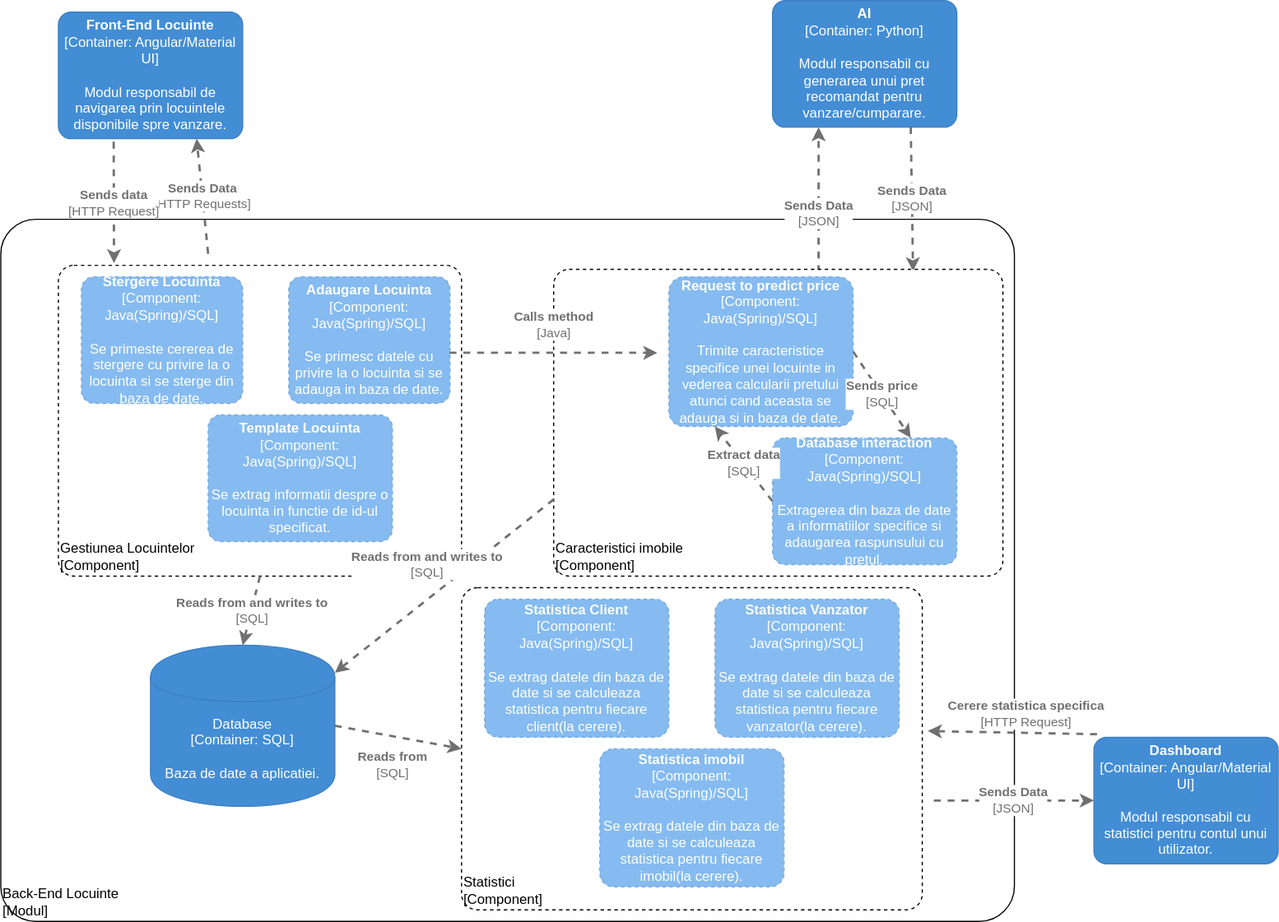
MirceaSofrone/IPproiect-DeployFront keeps this draw.io diagram as C4-Backend-Locuinte/Level 3.svg. Above is the earlier version. Source tidied: cells renumbered, new cells last; positions are measured from the earlier drawing's top-left corner, leaving out a move shared by most shapes.
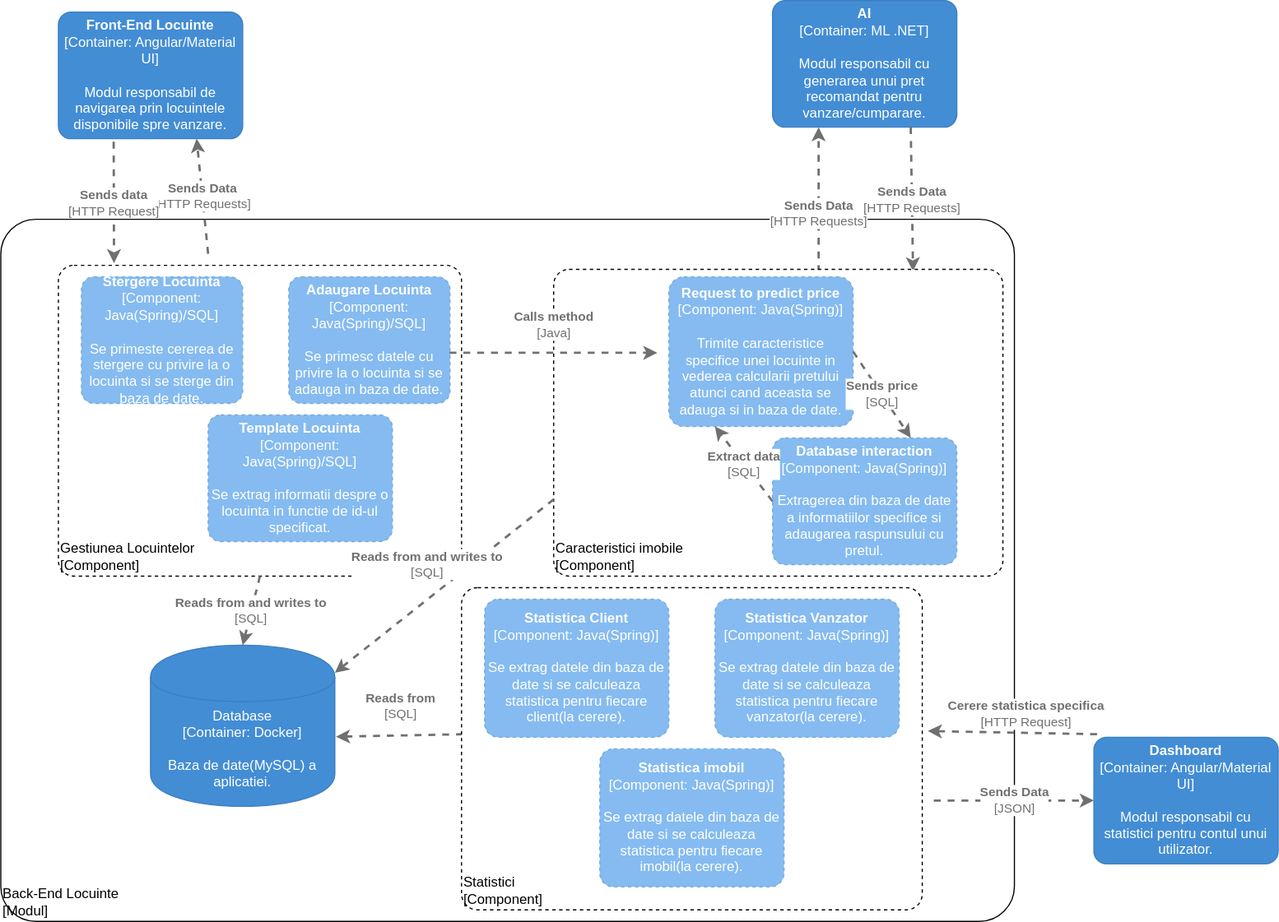
Later version of the same file.

The edit, as a diff of the source:
```diff
@@ -17,7 +17,7 @@
         <mxGeometry x="949" y="640" width="160" height="110" as="geometry" />
       </mxCell>
     </object>
-    <object id="5" label="&lt;b&gt;%c4Name%&lt;/b&gt;&lt;div&gt;[%c4Type%: %c4Technology%]&lt;/div&gt;&lt;br&gt;&lt;div&gt;%c4Description%&lt;/div&gt;" c4Description="Modul responsabil cu generarea unui pret recomandat pentru vanzare/cumparare." c4Name="AI" c4Technology="Python" c4Type="Container" placeholders="1">
+    <object id="5" label="&lt;b&gt;%c4Name%&lt;/b&gt;&lt;div&gt;[%c4Type%: %c4Technology%]&lt;/div&gt;&lt;br&gt;&lt;div&gt;%c4Description%&lt;/div&gt;" c4Description="Modul responsabil cu generarea unui pret recomandat pentru vanzare/cumparare." c4Name="AI" c4Technology="ML .NET" c4Type="Container" placeholders="1">
       <mxCell style="rounded=1;whiteSpace=wrap;html=1;labelBackgroundColor=none;fillColor=#438DD5;fontColor=#ffffff;align=center;arcSize=10;strokeColor=#3C7FC0;metaData={&quot;c4Type&quot;:{&quot;editable&quot;:false}};points=[[0.25,0,0],[0.5,0,0],[0.75,0,0],[1,0.25,0],[1,0.5,0],[1,0.75,0],[0.75,1,0],[0.5,1,0],[0.25,1,0],[0,0.75,0],[0,0.5,0],[0,0.25,0]];" parent="1" vertex="1">
         <mxGeometry x="670" width="160" height="110" as="geometry" />
       </mxCell>
@@ -46,19 +46,19 @@
         <mxGeometry relative="1" as="geometry" />
       </mxCell>
     </object>
-    <object id="10" label="&lt;div style=&quot;text-align: left&quot;&gt;&lt;div style=&quot;text-align: center&quot;&gt;&lt;b&gt;%c4Description%&lt;/b&gt;&lt;/div&gt;&lt;div style=&quot;text-align: center&quot;&gt;[%c4Technology%]&lt;/div&gt;&lt;/div&gt;" c4Description="Sends Data" c4Technology="JSON" c4Type="Relationship" placeholders="1">
+    <object id="10" label="&lt;div style=&quot;text-align: left&quot;&gt;&lt;div style=&quot;text-align: center&quot;&gt;&lt;b&gt;%c4Description%&lt;/b&gt;&lt;/div&gt;&lt;div style=&quot;text-align: center&quot;&gt;[%c4Technology%]&lt;/div&gt;&lt;/div&gt;" c4Description="Sends Data" c4Technology="HTTP Requests" c4Type="Relationship" placeholders="1">
       <mxCell style="edgeStyle=none;rounded=0;html=1;jettySize=auto;strokeColor=#707070;strokeWidth=2;fontColor=#707070;jumpStyle=none;dashed=1;metaData={&quot;c4Type&quot;:{&quot;editable&quot;:false}};exitX=0.25;exitY=0;exitDx=0;exitDy=0;exitPerimeter=0;entryX=0.25;entryY=1;entryDx=0;entryDy=0;entryPerimeter=0;" parent="1" edge="1" target="5">
         <mxGeometry relative="1" as="geometry">
           <mxPoint x="710" y="260" as="sourcePoint" />
         </mxGeometry>
       </mxCell>
     </object>
-    <object id="11" label="&lt;div style=&quot;text-align: left&quot;&gt;&lt;div style=&quot;text-align: center&quot;&gt;&lt;b&gt;%c4Description%&lt;/b&gt;&lt;/div&gt;&lt;div style=&quot;text-align: center&quot;&gt;[%c4Technology%]&lt;/div&gt;&lt;/div&gt;" c4Description="Sends Data" c4Technology="JSON" c4Type="Relationship" placeholders="1">
+    <object id="11" label="&lt;div style=&quot;text-align: left&quot;&gt;&lt;div style=&quot;text-align: center&quot;&gt;&lt;b&gt;%c4Description%&lt;/b&gt;&lt;/div&gt;&lt;div style=&quot;text-align: center&quot;&gt;[%c4Technology%]&lt;/div&gt;&lt;/div&gt;" c4Description="Sends Data" c4Technology="HTTP Requests" c4Type="Relationship" placeholders="1">
       <mxCell style="edgeStyle=none;rounded=0;html=1;entryX=0.8;entryY=0.006;jettySize=auto;strokeColor=#707070;strokeWidth=2;fontColor=#707070;jumpStyle=none;dashed=1;metaData={&quot;c4Type&quot;:{&quot;editable&quot;:false}};exitX=0.75;exitY=1;exitDx=0;exitDy=0;exitPerimeter=0;entryDx=0;entryDy=0;entryPerimeter=0;" parent="1" edge="1" source="5" target="18">
         <mxGeometry relative="1" as="geometry" />
       </mxCell>
     </object>
-    <object id="12" label="%c4Type%&lt;div&gt;[Container:&amp;nbsp;%c4Technology%]&lt;/div&gt;&lt;br&gt;&lt;div&gt;%c4Description%&lt;/div&gt;" c4Description="Baza de date a aplicatiei." c4Technology="SQL" c4Type="Database" placeholders="1">
+    <object id="12" label="%c4Type%&lt;div&gt;[Container:&amp;nbsp;%c4Technology%]&lt;/div&gt;&lt;br&gt;&lt;div&gt;%c4Description%&lt;/div&gt;" c4Description="Baza de date(MySQL) a aplicatiei." c4Technology="Docker" c4Type="Database" placeholders="1">
       <mxCell style="shape=cylinder;whiteSpace=wrap;html=1;boundedLbl=1;rounded=0;labelBackgroundColor=none;fillColor=#438DD5;fontSize=12;fontColor=#ffffff;align=center;strokeColor=#3C7FC0;points=[[0.5,0,0],[1,0.25,0],[1,0.5,0],[1,0.75,0],[0.5,1,0],[0,0.75,0],[0,0.5,0],[0,0.25,0]];metaData={&quot;c4Type&quot;:{&quot;editable&quot;:false}};" parent="1" vertex="1">
         <mxGeometry x="130" y="560" width="160" height="140" as="geometry" />
       </mxCell>
@@ -69,7 +69,7 @@
       </mxCell>
     </object>
     <object id="14" label="&lt;div style=&quot;text-align: left&quot;&gt;&lt;div style=&quot;text-align: center&quot;&gt;&lt;b&gt;%c4Description%&lt;/b&gt;&lt;/div&gt;&lt;div style=&quot;text-align: center&quot;&gt;[%c4Technology%]&lt;/div&gt;&lt;/div&gt;" c4Description="Reads from" c4Technology="SQL" c4Type="Relationship" placeholders="1">
-      <mxCell style="edgeStyle=none;rounded=0;html=1;jettySize=auto;strokeColor=#707070;strokeWidth=2;fontColor=#707070;jumpStyle=none;dashed=1;metaData={&quot;c4Type&quot;:{&quot;editable&quot;:false}};exitX=1;exitY=0.5;exitDx=0;exitDy=0;exitPerimeter=0;entryX=0;entryY=0.5;entryDx=0;entryDy=0;entryPerimeter=0;" parent="1" edge="1" source="12" target="24">
+      <mxCell style="edgeStyle=none;rounded=0;html=1;jettySize=auto;strokeColor=#707070;strokeWidth=2;fontColor=#707070;jumpStyle=none;dashed=1;metaData={&quot;c4Type&quot;:{&quot;editable&quot;:false}};exitX=0.003;exitY=0.455;exitDx=0;exitDy=0;exitPerimeter=0;entryX=1.006;entryY=0.568;entryDx=0;entryDy=0;entryPerimeter=0;" parent="1" edge="1" source="24" target="12">
         <mxGeometry x="-0.02" y="-25" relative="1" as="geometry" />
       </mxCell>
     </object>
@@ -93,7 +93,7 @@
         <mxGeometry x="480" y="233.5" width="390" height="266.5" as="geometry" />
       </mxCell>
     </object>
-    <object id="19" label="&lt;b&gt;%c4Name%&lt;/b&gt;&lt;div&gt;[%c4Type%: %c4Technology%]&lt;/div&gt;&lt;br&gt;&lt;div&gt;%c4Description%&lt;/div&gt;" c4Description="Trimite caracteristice specifice unei locuinte in vederea calcularii pretului atunci cand aceasta se adauga si in baza de date. " c4Name="Request to predict price" c4Technology="Java(Spring)/SQL" c4Type="Component" placeholders="1">
+    <object id="19" label="&lt;b&gt;%c4Name%&lt;/b&gt;&lt;div&gt;[%c4Type%: %c4Technology%]&lt;/div&gt;&lt;br&gt;&lt;div&gt;%c4Description%&lt;/div&gt;" c4Description="Trimite caracteristice specifice unei locuinte in vederea calcularii pretului atunci cand aceasta se adauga si in baza de date. " c4Name="Request to predict price" c4Technology="Java(Spring)" c4Type="Component" placeholders="1">
       <mxCell style="rounded=1;whiteSpace=wrap;html=1;labelBackgroundColor=none;fillColor=#85BBF0;fontColor=#ffffff;align=center;arcSize=10;strokeColor=#78A8D8;metaData={&quot;c4Type&quot;:{&quot;editable&quot;:false}};points=[[0.25,0,0],[0.5,0,0],[0.75,0,0],[1,0.25,0],[1,0.5,0],[1,0.75,0],[0.75,1,0],[0.5,1,0],[0.25,1,0],[0,0.75,0],[0,0.5,0],[0,0.25,0]];dashed=1;" parent="1" vertex="1">
         <mxGeometry x="580" y="240" width="160" height="130" as="geometry" />
       </mxCell>
@@ -106,7 +106,7 @@
         </mxGeometry>
       </mxCell>
     </object>
-    <object id="21" label="&lt;b&gt;%c4Name%&lt;/b&gt;&lt;div&gt;[%c4Type%: %c4Technology%]&lt;/div&gt;&lt;br&gt;&lt;div&gt;%c4Description%&lt;/div&gt;" c4Description="Extragerea din baza de date a informatiilor specifice si adaugarea raspunsului cu pretul." c4Name="Database interaction" c4Technology="Java(Spring)/SQL" c4Type="Component" placeholders="1">
+    <object id="21" label="&lt;b&gt;%c4Name%&lt;/b&gt;&lt;div&gt;[%c4Type%: %c4Technology%]&lt;/div&gt;&lt;br&gt;&lt;div&gt;%c4Description%&lt;/div&gt;" c4Description="Extragerea din baza de date a informatiilor specifice si adaugarea raspunsului cu pretul." c4Name="Database interaction" c4Technology="Java(Spring)" c4Type="Component" placeholders="1">
       <mxCell style="rounded=1;whiteSpace=wrap;html=1;labelBackgroundColor=none;fillColor=#85BBF0;fontColor=#ffffff;align=center;arcSize=10;strokeColor=#78A8D8;metaData={&quot;c4Type&quot;:{&quot;editable&quot;:false}};points=[[0.25,0,0],[0.5,0,0],[0.75,0,0],[1,0.25,0],[1,0.5,0],[1,0.75,0],[0.75,1,0],[0.5,1,0],[0.25,1,0],[0,0.75,0],[0,0.5,0],[0,0.25,0]];dashed=1;" parent="1" vertex="1">
         <mxGeometry x="670" y="380" width="160" height="110" as="geometry" />
       </mxCell>
@@ -126,17 +126,17 @@
         <mxGeometry x="400" y="510" width="400" height="280" as="geometry" />
       </mxCell>
     </object>
-    <object id="25" label="&lt;b&gt;%c4Name%&lt;/b&gt;&lt;div&gt;[%c4Type%: %c4Technology%]&lt;/div&gt;&lt;br&gt;&lt;div&gt;%c4Description%&lt;/div&gt;" c4Description="Se extrag datele din baza de date si se calculeaza statistica pentru fiecare client(la cerere)." c4Name="Statistica Client" c4Technology="Java(Spring)/SQL" c4Type="Component" placeholders="1">
+    <object id="25" label="&lt;b&gt;%c4Name%&lt;/b&gt;&lt;div&gt;[%c4Type%: %c4Technology%]&lt;/div&gt;&lt;br&gt;&lt;div&gt;%c4Description%&lt;/div&gt;" c4Description="Se extrag datele din baza de date si se calculeaza statistica pentru fiecare client(la cerere)." c4Name="Statistica Client" c4Technology="Java(Spring)" c4Type="Component" placeholders="1">
       <mxCell style="rounded=1;whiteSpace=wrap;html=1;labelBackgroundColor=none;fillColor=#85BBF0;fontColor=#ffffff;align=center;arcSize=10;strokeColor=#78A8D8;metaData={&quot;c4Type&quot;:{&quot;editable&quot;:false}};dashed=1;" parent="1" vertex="1">
         <mxGeometry x="420" y="520" width="160" height="120" as="geometry" />
       </mxCell>
     </object>
-    <object id="26" label="&lt;b&gt;%c4Name%&lt;/b&gt;&lt;div&gt;[%c4Type%: %c4Technology%]&lt;/div&gt;&lt;br&gt;&lt;div&gt;%c4Description%&lt;/div&gt;" c4Description="Se extrag datele din baza de date si se calculeaza statistica pentru fiecare vanzator(la cerere)." c4Name="Statistica Vanzator" c4Technology="Java(Spring)/SQL" c4Type="Component" placeholders="1">
+    <object id="26" label="&lt;b&gt;%c4Name%&lt;/b&gt;&lt;div&gt;[%c4Type%: %c4Technology%]&lt;/div&gt;&lt;br&gt;&lt;div&gt;%c4Description%&lt;/div&gt;" c4Description="Se extrag datele din baza de date si se calculeaza statistica pentru fiecare vanzator(la cerere)." c4Name="Statistica Vanzator" c4Technology="Java(Spring)" c4Type="Component" placeholders="1">
       <mxCell style="rounded=1;whiteSpace=wrap;html=1;labelBackgroundColor=none;fillColor=#85BBF0;fontColor=#ffffff;align=center;arcSize=10;strokeColor=#78A8D8;metaData={&quot;c4Type&quot;:{&quot;editable&quot;:false}};dashed=1;" parent="1" vertex="1">
         <mxGeometry x="620" y="520" width="160" height="120" as="geometry" />
       </mxCell>
     </object>
-    <object id="27" label="&lt;b&gt;%c4Name%&lt;/b&gt;&lt;div&gt;[%c4Type%: %c4Technology%]&lt;/div&gt;&lt;br&gt;&lt;div&gt;%c4Description%&lt;/div&gt;" c4Description="Se extrag datele din baza de date si se calculeaza statistica pentru fiecare imobil(la cerere)." c4Name="Statistica imobil" c4Technology="Java(Spring)/SQL" c4Type="Component" placeholders="1">
+    <object id="27" label="&lt;b&gt;%c4Name%&lt;/b&gt;&lt;div&gt;[%c4Type%: %c4Technology%]&lt;/div&gt;&lt;br&gt;&lt;div&gt;%c4Description%&lt;/div&gt;" c4Description="Se extrag datele din baza de date si se calculeaza statistica pentru fiecare imobil(la cerere)." c4Name="Statistica imobil" c4Technology="Java(Spring)" c4Type="Component" placeholders="1">
       <mxCell style="rounded=1;whiteSpace=wrap;html=1;labelBackgroundColor=none;fillColor=#85BBF0;fontColor=#ffffff;align=center;arcSize=10;strokeColor=#78A8D8;metaData={&quot;c4Type&quot;:{&quot;editable&quot;:false}};dashed=1;" parent="1" vertex="1">
         <mxGeometry x="520" y="650" width="160" height="120" as="geometry" />
       </mxCell>
```
